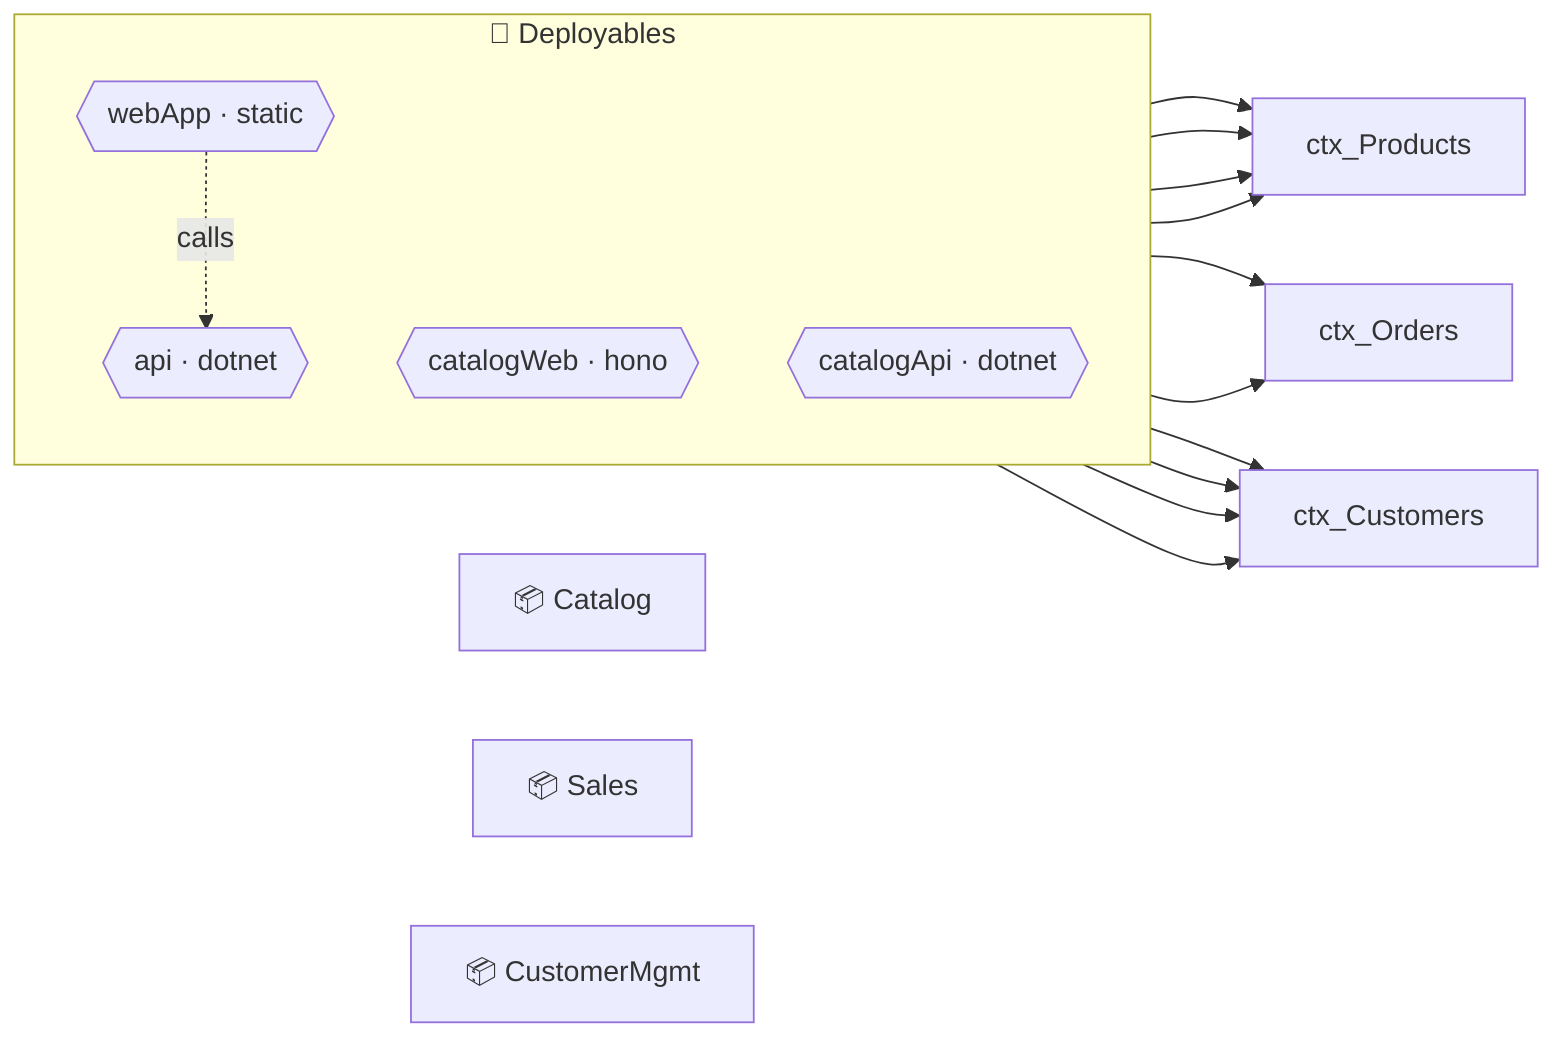
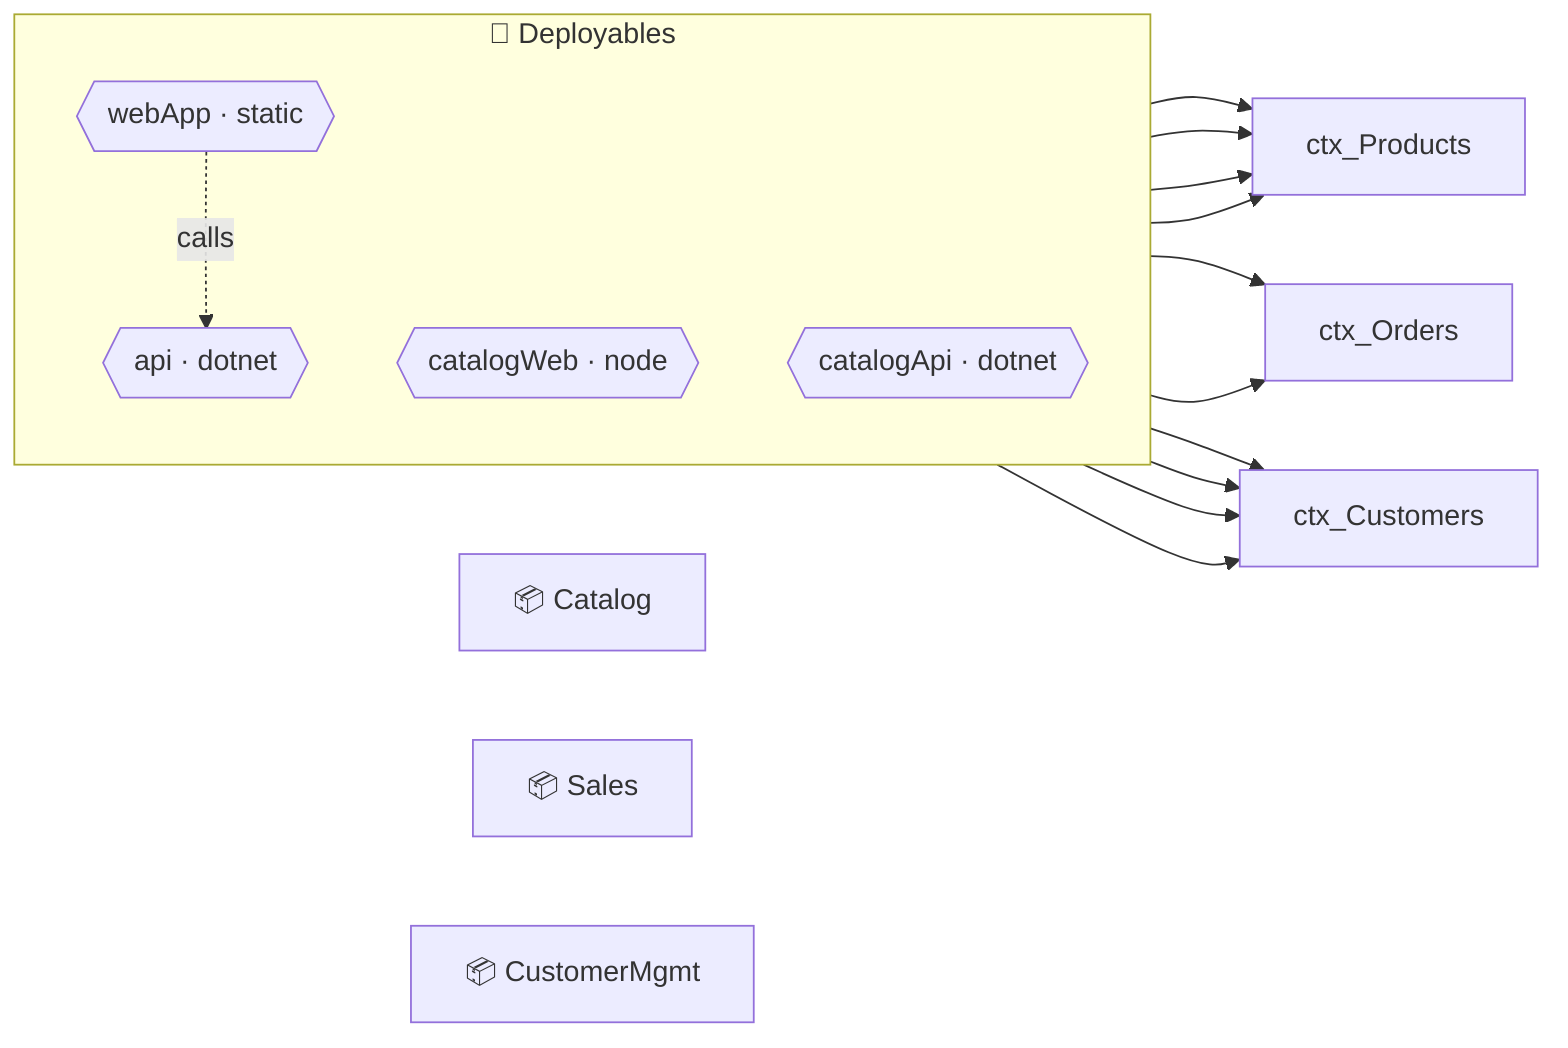
%% Loom deployment diagram — generated from the IR, do not edit by hand.
%% System: Acme
flowchart LR
  mod_Catalog["📦 Catalog"]
  mod_Sales["📦 Sales"]
  mod_CustomerMgmt["📦 CustomerMgmt"]
  subgraph deployables["🚀 Deployables"]
    direction TB
    deploy_api{{"api · dotnet"}}
-     deploy_catalogWeb{{"catalogWeb · hono"}}
+     deploy_catalogWeb{{"catalogWeb · node"}}
    deploy_catalogApi{{"catalogApi · dotnet"}}
    deploy_webApp{{"webApp · static"}}
  end
  deploy_api --> ctx_Products
  deploy_api --> ctx_Orders
  deploy_api --> ctx_Customers
  deploy_catalogWeb --> ctx_Products
  deploy_catalogWeb --> ctx_Customers
  deploy_catalogApi --> ctx_Products
  deploy_catalogApi --> ctx_Customers
  deploy_webApp --> ctx_Products
  deploy_webApp --> ctx_Orders
  deploy_webApp --> ctx_Customers
  deploy_webApp -.->|calls| deploy_api
